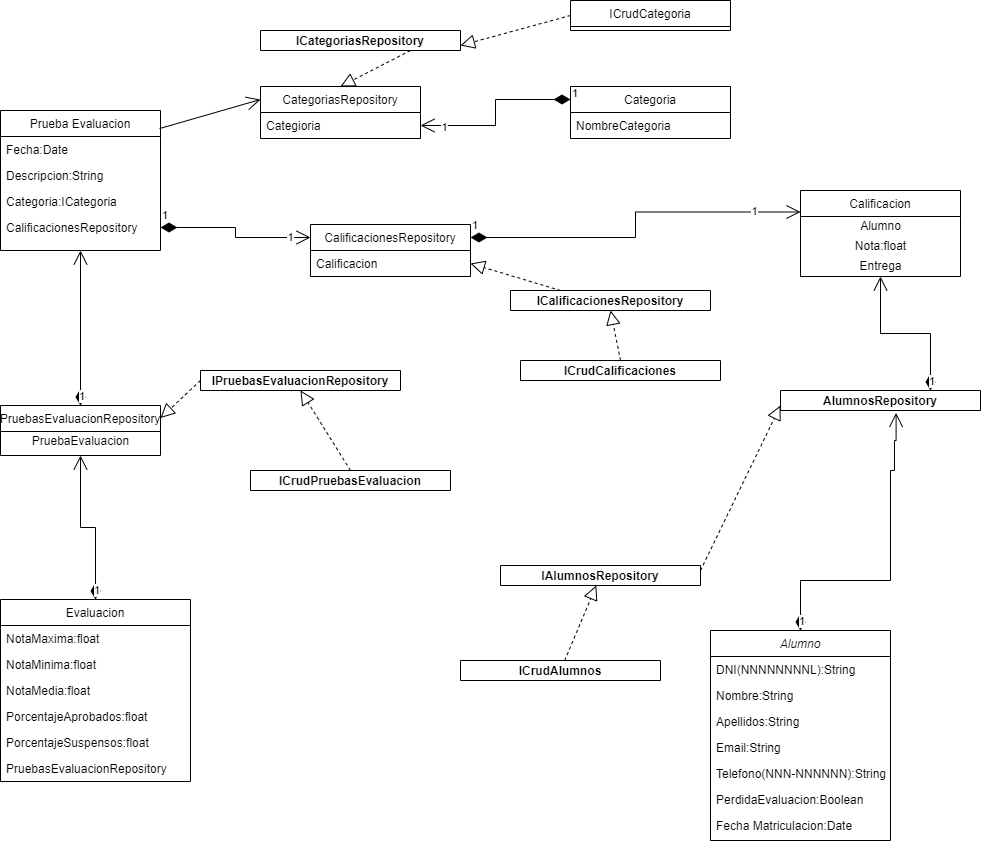
The draw.io diagram DiagramaClasesProyecto.png in Rochiio/ProyectoSistemaGestionCalificaciones, before a commit. Source tidied: cells renumbered, new cells last; positions are measured from the earlier drawing's top-left corner, leaving out a move shared by most shapes.
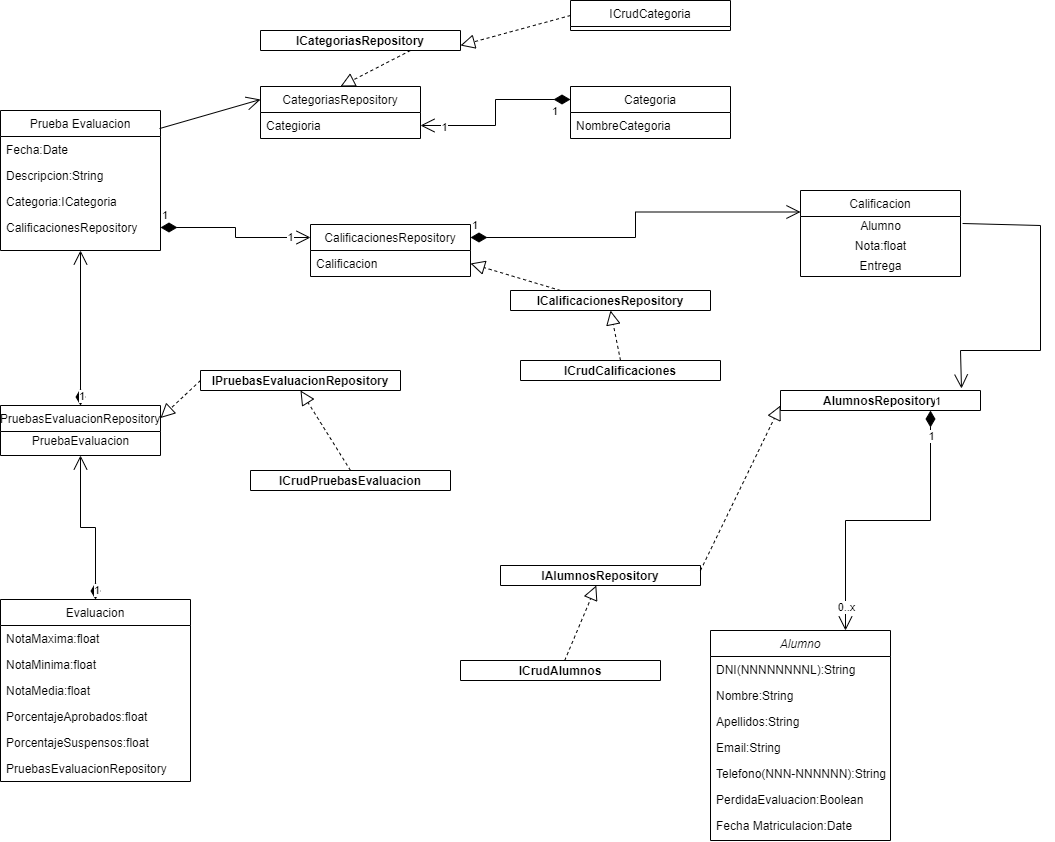
The same file after the commit.

Diff of the diagram source:
```diff
@@ -104,36 +104,15 @@
     <mxCell id="35" value="1" style="edgeLabel;html=1;align=center;verticalAlign=middle;" parent="34" vertex="1">
       <mxGeometry x="0.74" y="1" relative="1" as="geometry" />
     </mxCell>
-    <mxCell id="36" value="1" style="endArrow=open;html=1;endSize=12;startArrow=diamondThin;startSize=14;startFill=1;edgeStyle=orthogonalEdgeStyle;align=left;verticalAlign=bottom;rounded=0;exitX=1;exitY=0.25;exitDx=0;exitDy=0;entryX=0;entryY=0.25;entryDx=0;entryDy=0;" parent="1" edge="1" source="17" target="25">
-      <mxGeometry x="-1" y="3" relative="1" as="geometry" />
-    </mxCell>
-    <mxCell id="37" value="1" style="edgeLabel;html=1;align=center;verticalAlign=middle;" parent="36" vertex="1">
-      <mxGeometry x="0.74" y="1" relative="1" as="geometry" />
-    </mxCell>
     <mxCell id="38" style="endArrow=open;endFill=1;endSize=12;html=1;rounded=0;exitX=0.994;exitY=0.129;exitDx=0;exitDy=0;exitPerimeter=0;entryX=0;entryY=0.25;entryDx=0;entryDy=0;" parent="1" edge="1" source="19" target="52">
       <mxGeometry relative="1" as="geometry" />
     </mxCell>
-    <mxCell id="39" value="1" style="endArrow=open;html=1;endSize=12;startArrow=diamondThin;startSize=14;startFill=1;edgeStyle=orthogonalEdgeStyle;align=left;verticalAlign=bottom;rounded=0;entryX=0.5;entryY=1;entryDx=0;entryDy=0;exitX=0.75;exitY=0;exitDx=0;exitDy=0;" parent="1" edge="1" source="43" target="25">
-      <mxGeometry x="-1" y="3" relative="1" as="geometry" />
-    </mxCell>
     <mxCell id="40" value="1" style="endArrow=open;html=1;endSize=12;startArrow=diamondThin;startSize=14;startFill=1;edgeStyle=orthogonalEdgeStyle;align=left;verticalAlign=bottom;rounded=0;exitX=0.5;exitY=0;exitDx=0;exitDy=0;entryX=0.5;entryY=1;entryDx=0;entryDy=0;" parent="1" edge="1" source="10" target="29">
       <mxGeometry x="-1" y="3" relative="1" as="geometry" />
     </mxCell>
     <mxCell id="41" value="1" style="endArrow=open;html=1;endSize=12;startArrow=diamondThin;startSize=14;startFill=1;edgeStyle=orthogonalEdgeStyle;align=left;verticalAlign=bottom;rounded=0;exitX=0.5;exitY=0;exitDx=0;exitDy=0;entryX=0.5;entryY=1;entryDx=0;entryDy=0;" parent="1" edge="1" source="29" target="19">
       <mxGeometry x="-1" y="3" relative="1" as="geometry" />
     </mxCell>
-    <mxCell id="42" value="1" style="endArrow=open;html=1;endSize=12;startArrow=diamondThin;startSize=14;startFill=1;edgeStyle=orthogonalEdgeStyle;align=left;verticalAlign=bottom;rounded=0;exitX=0.5;exitY=0;exitDx=0;exitDy=0;entryX=0.578;entryY=1.119;entryDx=0;entryDy=0;entryPerimeter=0;" parent="1" edge="1" source="2" target="43">
-      <mxGeometry x="-1" y="3" relative="1" as="geometry">
-        <Array as="points">
-          <mxPoint x="800" y="580" />
-          <mxPoint x="890" y="580" />
-          <mxPoint x="890" y="470" />
-          <mxPoint x="894" y="470" />
-          <mxPoint x="894" y="440" />
-          <mxPoint x="896" y="440" />
-        </Array>
-      </mxGeometry>
-    </mxCell>
     <mxCell id="43" value="AlumnosRepository" style="swimlane;" parent="1" vertex="1">
       <mxGeometry x="780" y="390" width="200" height="20" as="geometry" />
     </mxCell>
@@ -180,7 +159,7 @@
       <mxGeometry relative="1" as="geometry" />
     </mxCell>
     <mxCell id="58" value="1" style="endArrow=open;html=1;endSize=12;startArrow=diamondThin;startSize=14;startFill=1;edgeStyle=orthogonalEdgeStyle;align=left;verticalAlign=bottom;rounded=0;exitX=0;exitY=0.25;exitDx=0;exitDy=0;entryX=1;entryY=0.75;entryDx=0;entryDy=0;" parent="1" edge="1" source="31" target="52">
-      <mxGeometry x="-1" y="3" relative="1" as="geometry" />
+      <mxGeometry x="-0.77" y="21" relative="1" as="geometry" />
     </mxCell>
     <mxCell id="59" value="1" style="edgeLabel;html=1;align=center;verticalAlign=middle;" parent="58" vertex="1">
       <mxGeometry x="0.74" y="1" relative="1" as="geometry" />
@@ -191,5 +170,26 @@
     <mxCell id="61" style="endArrow=block;dashed=1;endFill=0;endSize=12;html=1;rounded=0;exitX=0.75;exitY=1;exitDx=0;exitDy=0;entryX=0.5;entryY=0;entryDx=0;entryDy=0;" parent="1" edge="1" source="60" target="52">
       <mxGeometry relative="1" as="geometry" />
     </mxCell>
+    <mxCell id="36" value="1" style="endArrow=open;html=1;endSize=12;startArrow=diamondThin;startSize=14;startFill=1;edgeStyle=orthogonalEdgeStyle;align=left;verticalAlign=bottom;rounded=0;exitX=1;exitY=0.25;exitDx=0;exitDy=0;entryX=0;entryY=0.25;entryDx=0;entryDy=0;" parent="1" edge="1" source="17" target="25">
+      <mxGeometry x="-1" y="3" relative="1" as="geometry" />
+    </mxCell>
+    <mxCell id="62" style="endArrow=open;endFill=1;endSize=12;html=1;rounded=0;exitX=1.013;exitY=0.35;exitDx=0;exitDy=0;exitPerimeter=0;entryX=0.905;entryY=-0.1;entryDx=0;entryDy=0;entryPerimeter=0;" parent="1" edge="1" source="26" target="43">
+      <mxGeometry relative="1" as="geometry">
+        <Array as="points">
+          <mxPoint x="1040" y="225" />
+          <mxPoint x="1040" y="350" />
+          <mxPoint x="960" y="350" />
+        </Array>
+      </mxGeometry>
+    </mxCell>
+    <mxCell id="63" value="1" style="endArrow=open;html=1;endSize=12;startArrow=diamondThin;startSize=14;startFill=1;edgeStyle=orthogonalEdgeStyle;align=left;verticalAlign=bottom;rounded=0;exitX=0.75;exitY=1;exitDx=0;exitDy=0;entryX=0.75;entryY=0;entryDx=0;entryDy=0;" parent="1" edge="1" source="43" target="2">
+      <mxGeometry x="-1" y="3" relative="1" as="geometry" />
+    </mxCell>
+    <mxCell id="37" value="1" style="edgeLabel;html=1;align=center;verticalAlign=middle;" parent="63" vertex="1">
+      <mxGeometry x="-0.84" relative="1" as="geometry" />
+    </mxCell>
+    <mxCell id="64" value="0..x" style="edgeLabel;html=1;align=center;verticalAlign=middle;" parent="63" vertex="1">
+      <mxGeometry x="0.84" relative="1" as="geometry" />
+    </mxCell>
   </root>
 </mxGraphModel>
```
